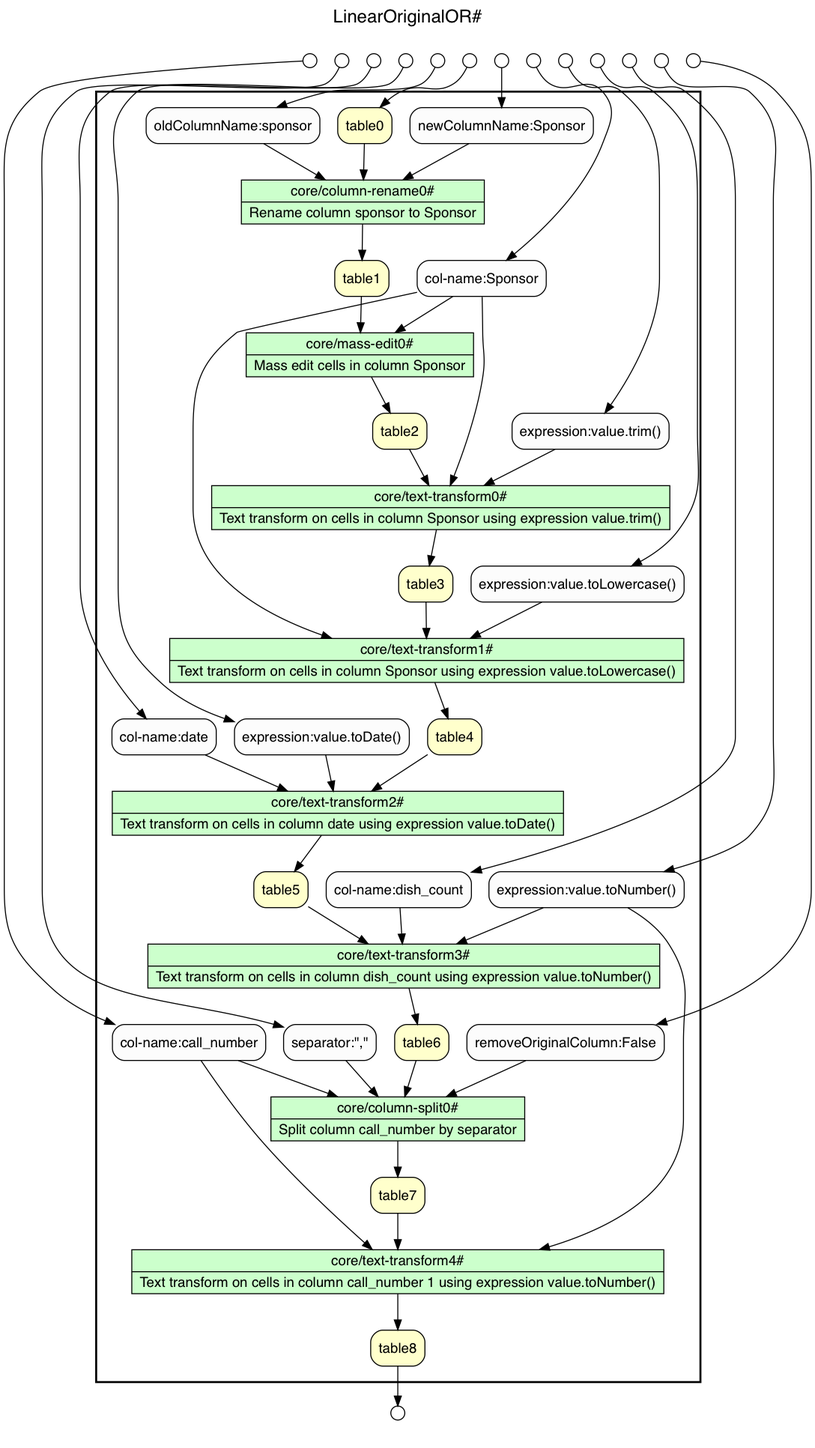
Before: png/Linear.png, a diagram exported from Graphviz (LanLi2017/RuntimeCompare). Its source is kept beside it as gv/Linear.gv.
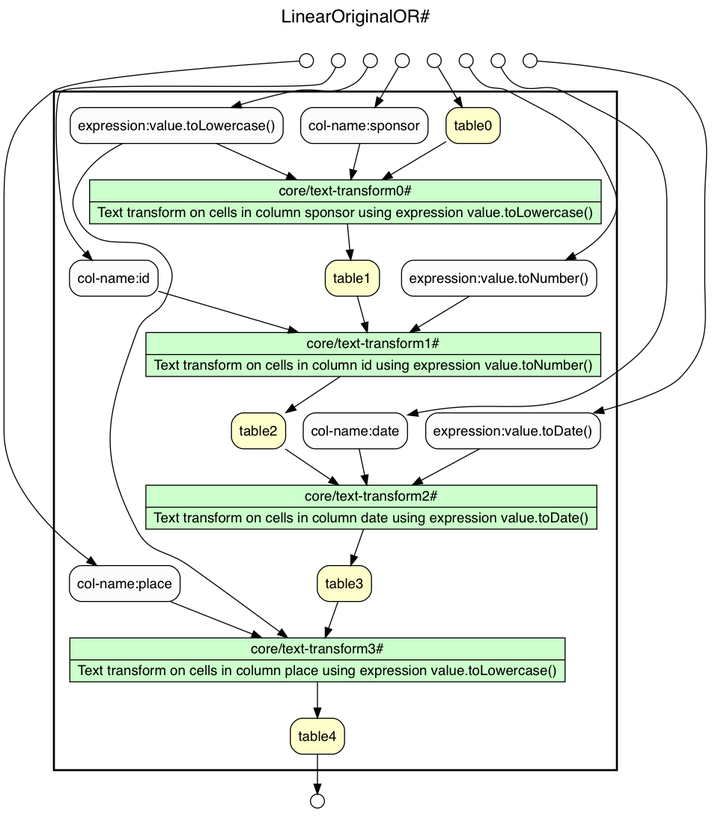
After the commit.

Diff of the diagram source:
```diff
@@ -1,83 +1,112 @@
+/* Start of top-level graph */
 digraph Workflow {
-rankdir=LR
+rankdir=TB
+
+/* Title for graph */
 fontname=Helvetica; fontsize=18; labelloc=t
 label="LinearOriginalOR#"
+
+/* Start of double cluster for drawing box around nodes in workflow */
 subgraph cluster_workflow_box_outer { label=""; color=black; penwidth=2
 subgraph cluster_workflow_box_inner { label=""; penwidth=0
+
+/* Style for nodes representing atomic programs in workflow */
 node[shape=box style=filled fillcolor="#CCFFCC" peripheries=1 fontname=Helvetica]
-"core/column-rename0#" [shape=record rankdir=LR label="{{<f0> core/column-rename0# |<f1> Rename column mo to month}}"];
-"core/column-rename1#" [shape=record rankdir=LR label="{{<f0> core/column-rename1# |<f1> Rename column dy to day}}"];
-"core/column-rename2#" [shape=record rankdir=LR label="{{<f0> core/column-rename2# |<f1> Rename column yr to year}}"];
-"core/text-transform0#" [shape=record rankdir=LR label="{{<f0> core/text-transform0# |<f1> Text transform on cells in column country using expression value.toUppercase()}}"];
-"core/text-transform1#" [shape=record rankdir=LR label="{{<f0> core/text-transform1# |<f1> Text transform on cells in column year using expression value.toDate()}}"];
-"core/text-transform2#" [shape=record rankdir=LR label="{{<f0> core/text-transform2# |<f1> Text transform on cells in column recordID using expression value.toNumber()}}"];
-"core/mass-edit0#" [shape=record rankdir=LR label="{{<f0> core/mass-edit0# |<f1> Mass edit cells in column country}}"];
-"core/mass-edit1#" [shape=record rankdir=LR label="{{<f0> core/mass-edit1# |<f1> Mass edit cells in column scientificName}}"];
-"core/text-transform3#" [shape=record rankdir=LR label="{{<f0> core/text-transform3# |<f1> Text transform on cells in column scientificName using expression value.trim()}}"];
-"core/text-transform4#" [shape=record rankdir=LR label="{{<f0> core/text-transform4# |<f1> Text transform on cells in column scientificName using expression value.toLowercase()}}"];
-"core/column-split0#" [shape=record rankdir=LR label="{{<f0> core/column-split0# |<f1> Split column scientificName by separator}}"];
-edge[fontname=Helvetica]
-"core/column-rename0#" -> "core/column-rename1#" [label=table1]
-"core/column-rename1#" -> "core/column-rename2#" [label=table2]
-"core/column-rename2#" -> "core/text-transform0#" [label=table3]
-"core/text-transform0#" -> "core/text-transform1#" [label=table4]
-"core/text-transform1#" -> "core/text-transform2#" [label=table5]
-"core/text-transform2#" -> "core/mass-edit0#" [label=table6]
-"core/mass-edit0#" -> "core/mass-edit1#" [label=table7]
-"core/mass-edit1#" -> "core/text-transform3#" [label=table8]
-"core/text-transform3#" -> "core/text-transform4#" [label=table9]
-"core/text-transform4#" -> "core/column-split0#" [label=table10]
+
+/* Nodes representing atomic programs in workflow */
+"core/text-transform0#" [shape=record rankdir=LR label="{<f0> core/text-transform0# |<f1> Text transform on cells in column sponsor using expression value.toLowercase()}"];
+"core/text-transform1#" [shape=record rankdir=LR label="{<f0> core/text-transform1# |<f1> Text transform on cells in column id using expression value.toNumber()}"];
+"core/text-transform2#" [shape=record rankdir=LR label="{<f0> core/text-transform2# |<f1> Text transform on cells in column date using expression value.toDate()}"];
+"core/text-transform3#" [shape=record rankdir=LR label="{<f0> core/text-transform3# |<f1> Text transform on cells in column place using expression value.toLowercase()}"];
+
+/* Style for nodes representing non-parameter data channels in workflow */
+node[shape=box style="rounded,filled" fillcolor="#FFFFCC" peripheries=1 fontname=Helvetica]
+
+/* Nodes for non-parameter data channels in workflow */
+table4
+table0
+table1
+table2
+table3
+
+/* Style for nodes representing parameter channels in workflow */
+node[shape=box style="rounded,filled" fillcolor="#FCFCFC" peripheries=1 fontname=Helvetica]
+
+/* Nodes representing parameter channels in workflow */
+"col-name:sponsor"
+"expression:value.toLowercase()"
+"col-name:id"
+"expression:value.toNumber()"
+"col-name:date"
+"expression:value.toDate()"
+"col-name:place"
+
+/* Edges representing connections between programs and channels */
+"core/text-transform0#" -> table1
+"col-name:sponsor" -> "core/text-transform0#"
+"expression:value.toLowercase()" -> "core/text-transform0#"
+table0 -> "core/text-transform0#"
+"core/text-transform1#" -> table2
+"col-name:id" -> "core/text-transform1#"
+"expression:value.toNumber()" -> "core/text-transform1#"
+table1 -> "core/text-transform1#"
+"core/text-transform2#" -> table3
+"col-name:date" -> "core/text-transform2#"
+"expression:value.toDate()" -> "core/text-transform2#"
+table2 -> "core/text-transform2#"
+"core/text-transform3#" -> table4
+"col-name:place" -> "core/text-transform3#"
+"expression:value.toLowercase()" -> "core/text-transform3#"
+table3 -> "core/text-transform3#"
+
+/* End of double cluster for drawing box around nodes in workflow */
 }}
+
+/* Hidden double-cluster for grouping workflow input ports */
 subgraph cluster_input_ports_group_outer { label=""; penwidth=0
 subgraph cluster_input_ports_group_inner { label=""; penwidth=0
-node[shape=circle style=filled fillcolor="#FFFFFF" peripheries=1 fontname=Helvetica width=0.2]
-"col-name:country_input_port" [label=""]
-"oldColumnName:dy_input_port" [label=""]
-"separator:\",\"_input_port" [label=""]
-"newColumnName:day_input_port" [label=""]
-"col-name:scientificName_input_port" [label=""]
-"oldColumnName:mo_input_port" [label=""]
-"col-name:recordID_input_port" [label=""]
-"expression:value.trim()_input_port" [label=""]
+
+/* Style for nodes representing workflow input ports */
+node[shape=circle style="rounded,filled" fillcolor="#FFFFFF" peripheries=1 fontname=Helvetica width=0.2]
+
+/* Nodes representing workflow input ports */
+"expression:value.toDate()_input_port" [label=""]
+"col-name:place_input_port" [label=""]
+"col-name:sponsor_input_port" [label=""]
 "expression:value.toLowercase()_input_port" [label=""]
-"expression:value.toDate()_input_port" [label=""]
-"expression:value.toUppercase()_input_port" [label=""]
 "expression:value.toNumber()_input_port" [label=""]
-"removeOriginalColumn:False_input_port" [label=""]
-"newColumnName:month_input_port" [label=""]
-"oldColumnName:yr_input_port" [label=""]
-"newColumnName:year_input_port" [label=""]
-"col-name:year_input_port" [label=""]
+"col-name:id_input_port" [label=""]
+"col-name:date_input_port" [label=""]
 table0_input_port [label=""]
+
+/* End of double-cluster for grouping workflow input ports */
 }}
+
+/* Hidden double-cluster for grouping workflow output ports */
 subgraph cluster_output_ports_group_outer { label=""; penwidth=0
 subgraph cluster_output_ports_group_inner { label=""; penwidth=0
-node[shape=circle style=filled fillcolor="#FFFFFF" peripheries=1 fontname=Helvetica width=0.2]
-table11_output_port [label=""]
+
+/* Style for nodes representing workflow output ports */
+node[shape=circle style="rounded,filled" fillcolor="#FFFFFF" peripheries=1 fontname=Helvetica width=0.2]
+
+/* Nodes representing workflow output ports */
+table4_output_port [label=""]
+
+/* End of double-cluster for grouping workflow output ports */
 }}
-edge[fontname=Helvetica]
-"oldColumnName:mo_input_port" -> "core/column-rename0#" [label="oldColumnName:mo"]
-"newColumnName:month_input_port" -> "core/column-rename0#" [label="newColumnName:month"]
-table0_input_port -> "core/column-rename0#" [label=table0]
-"oldColumnName:dy_input_port" -> "core/column-rename1#" [label="oldColumnName:dy"]
-"newColumnName:day_input_port" -> "core/column-rename1#" [label="newColumnName:day"]
-"oldColumnName:yr_input_port" -> "core/column-rename2#" [label="oldColumnName:yr"]
-"newColumnName:year_input_port" -> "core/column-rename2#" [label="newColumnName:year"]
-"col-name:country_input_port" -> "core/text-transform0#" [label="col-name:country"]
-"col-name:country_input_port" -> "core/mass-edit0#" [label="col-name:country"]
-"expression:value.toUppercase()_input_port" -> "core/text-transform0#" [label="expression:value.toUppercase()"]
-"col-name:year_input_port" -> "core/text-transform1#" [label="col-name:year"]
-"expression:value.toDate()_input_port" -> "core/text-transform1#" [label="expression:value.toDate()"]
-"col-name:recordID_input_port" -> "core/text-transform2#" [label="col-name:recordID"]
-"expression:value.toNumber()_input_port" -> "core/text-transform2#" [label="expression:value.toNumber()"]
-"col-name:scientificName_input_port" -> "core/mass-edit1#" [label="col-name:scientificName"]
-"col-name:scientificName_input_port" -> "core/text-transform3#" [label="col-name:scientificName"]
-"col-name:scientificName_input_port" -> "core/text-transform4#" [label="col-name:scientificName"]
-"col-name:scientificName_input_port" -> "core/column-split0#" [label="col-name:scientificName"]
-"expression:value.trim()_input_port" -> "core/text-transform3#" [label="expression:value.trim()"]
-"expression:value.toLowercase()_input_port" -> "core/text-transform4#" [label="expression:value.toLowercase()"]
-"separator:\",\"_input_port" -> "core/column-split0#" [label="separator:\",\""]
-"removeOriginalColumn:False_input_port" -> "core/column-split0#" [label="removeOriginalColumn:False"]
-edge[fontname=Helvetica]
-"core/column-split0#" -> table11_output_port [label=table11]
+
+/* Edges from input ports to channels */
+"expression:value.toDate()_input_port" -> "expression:value.toDate()"
+"col-name:place_input_port" -> "col-name:place"
+"col-name:sponsor_input_port" -> "col-name:sponsor"
+"expression:value.toLowercase()_input_port" -> "expression:value.toLowercase()"
+"expression:value.toNumber()_input_port" -> "expression:value.toNumber()"
+"col-name:id_input_port" -> "col-name:id"
+"col-name:date_input_port" -> "col-name:date"
+table0_input_port -> table0
+
+/* Edges from channels to output ports */
+table4 -> table4_output_port
+
+/* End of top-level graph */
 }
```
